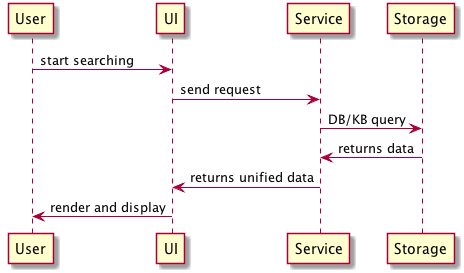
The PlantUML diagram sa/uml/process-view.png in nanoix9/2019Papers, before a commit. The source it was exported from:
```plantuml
@startuml
User -> UI: start searching
UI -> Service: send request
Service -> Storage: DB/KB query
Service <- Storage: returns data
UI <- Service: returns unified data
User <- UI: render and display

@enduml
```
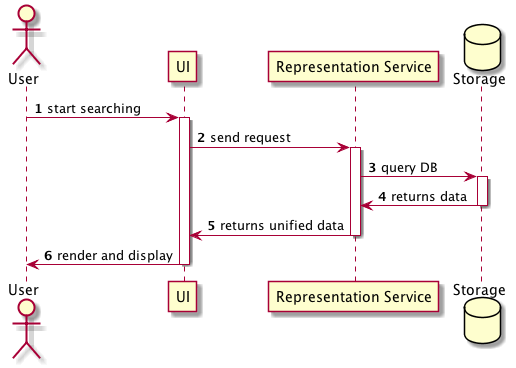
After the change.

The edit, as a diff of the source:
```diff
@@ -1,9 +1,24 @@
 @startuml
+
+actor User
+participant UI
+participant "Representation Service" as Representation_Service
+database Storage
+
+autonumber
+
 User -> UI: start searching
-UI -> Service: send request
-Service -> Storage: DB/KB query
-Service <- Storage: returns data
-UI <- Service: returns unified data
+activate UI
+UI -> Representation_Service: send request
+activate Representation_Service
+Representation_Service -> Storage: query DB
+activate Storage
+
+Representation_Service <- Storage: returns data
+deactivate Storage
+UI <- Representation_Service: returns unified data
+deactivate Representation_Service
 User <- UI: render and display
+deactivate UI
 
 @enduml
```
